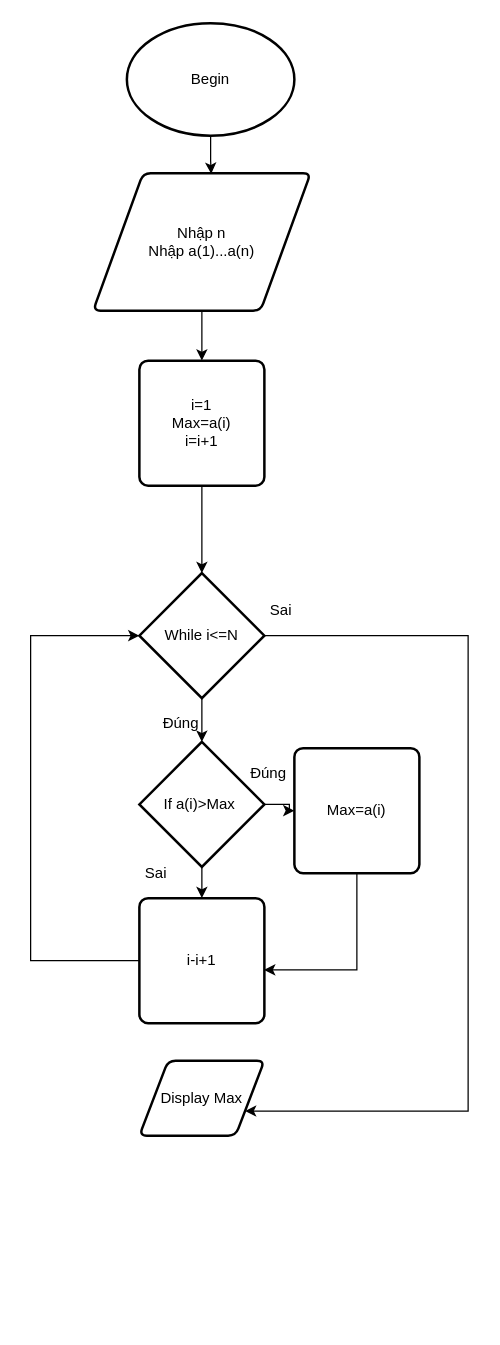
Before: Module1/BaiTap/Day3/Tim so lon nhat trong day so/Tim so lon nhat trong day so.drawio in SkyPTH/C1022G1-Phan-Tuan-Hoang, a draw.io diagram. Source tidied: cells renumbered, new cells numbered last; positions are measured from the earlier drawing's top-left corner, leaving out a move shared by most shapes. Both pictures are drawn from the tidied source at 125%, with x=0, y=0 at pixel (30, 22).
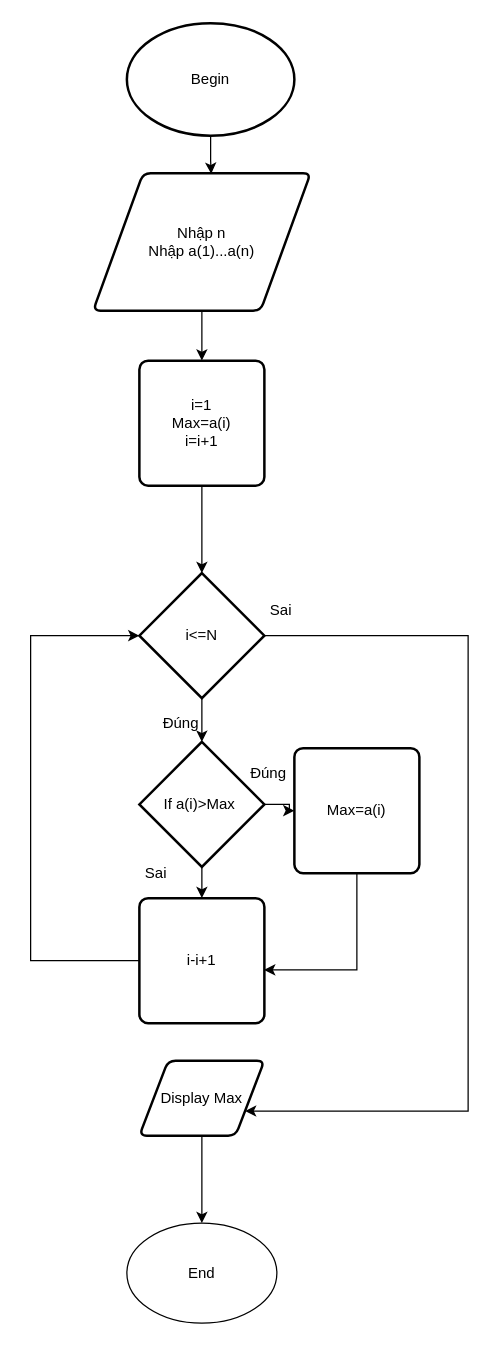
After the change.

Unchanged cells that the change refers to:
```xml
<mxCell id="16" value="Display Max&lt;br&gt;" style="shape=parallelogram;html=1;strokeWidth=2;perimeter=parallelogramPerimeter;whiteSpace=wrap;rounded=1;arcSize=12;size=0.23;" parent="1" vertex="1">
  <mxGeometry x="87" y="830" width="100" height="60" as="geometry" />
</mxCell>
```

Diff of the diagram source:
```diff
@@
-    <mxCell id="10" value="While i&amp;lt;=N" style="strokeWidth=2;html=1;shape=mxgraph.flowchart.decision;whiteSpace=wrap;" parent="1" vertex="1">
+    <mxCell id="10" value="i&amp;lt;=N" style="strokeWidth=2;html=1;shape=mxgraph.flowchart.decision;whiteSpace=wrap;" parent="1" vertex="1">
       <mxGeometry x="87" y="440" width="100" height="100" as="geometry" />
     </mxCell>
@@
+    <mxCell id="23" style="edgeStyle=orthogonalEdgeStyle;rounded=0;jettySize=auto;html=1;" parent="1" edge="1" source="16" target="24">
+      <mxGeometry relative="1" as="geometry" />
+    </mxCell>
@@
+    <mxCell id="24" value="End" style="ellipse;whiteSpace=wrap;html=1;" parent="1" vertex="1">
+      <mxGeometry x="77" y="960" width="120" height="80" as="geometry" />
+    </mxCell>
```
